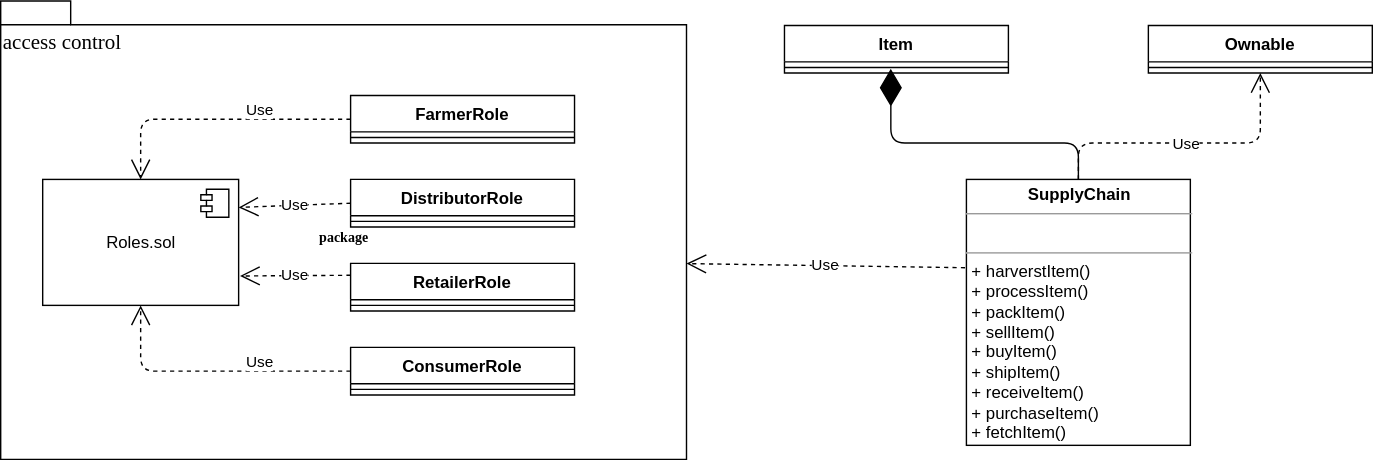
dcarpintero/dapp-supply-chain keeps this draw.io diagram as uml/DataModelDiagram.svg. Above is the earlier version. Source tidied: cells renumbered, new cells last; positions are measured from the earlier drawing's top-left corner, leaving out a move shared by most shapes.
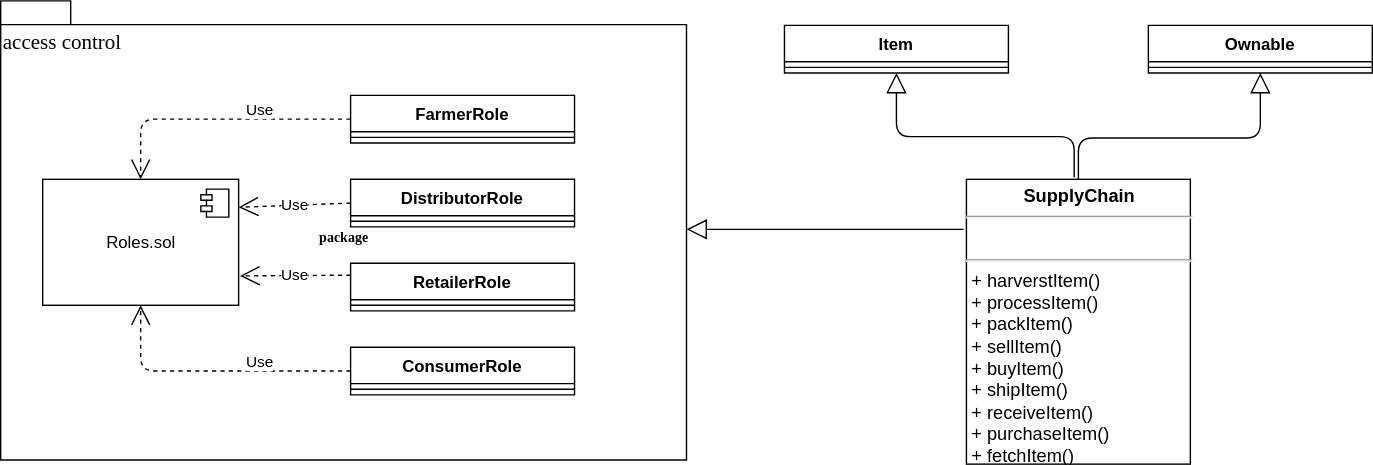
Above is the later version.

Change to the diagram source:
```diff
@@ -3,7 +3,7 @@
     <mxCell id="0" />
     <mxCell id="1" parent="0" />
     <mxCell id="2" value="package" style="shape=folder;fontStyle=1;spacingTop=10;tabWidth=50;tabHeight=17;tabPosition=left;html=1;rounded=0;shadow=0;comic=0;labelBackgroundColor=none;strokeWidth=1;fontFamily=Verdana;fontSize=10;align=center;" parent="1" vertex="1">
-      <mxGeometry width="490" height="327.5" as="geometry" />
+      <mxGeometry width="490" height="328" as="geometry" />
     </mxCell>
     <mxCell id="3" value="&lt;font style=&quot;font-size: 15px&quot;&gt;access control&lt;br&gt;&lt;br&gt;&lt;/font&gt;" style="text;html=1;align=left;verticalAlign=top;spacingTop=-4;fontSize=10;fontFamily=Verdana;" parent="1" vertex="1">
       <mxGeometry y="17.5" width="130" height="20" as="geometry" />
@@ -41,29 +41,9 @@
         </Array>
       </mxGeometry>
     </mxCell>
-    <mxCell id="10" value="&lt;p style=&quot;margin: 0px ; margin-top: 4px ; text-align: center&quot;&gt;&lt;b&gt;SupplyChain&lt;/b&gt;&lt;/p&gt;&lt;hr size=&quot;1&quot;&gt;&lt;p style=&quot;margin: 0px ; margin-left: 4px&quot;&gt;&lt;br&gt;&lt;/p&gt;&lt;hr size=&quot;1&quot;&gt;&lt;p style=&quot;margin: 0px ; margin-left: 4px&quot;&gt;+ harverstItem()&lt;/p&gt;&lt;p style=&quot;margin: 0px ; margin-left: 4px&quot;&gt;+ processItem()&lt;/p&gt;&lt;p style=&quot;margin: 0px ; margin-left: 4px&quot;&gt;+ packItem()&lt;/p&gt;&lt;p style=&quot;margin: 0px ; margin-left: 4px&quot;&gt;+ sellItem()&lt;/p&gt;&lt;p style=&quot;margin: 0px ; margin-left: 4px&quot;&gt;+ buyItem()&lt;/p&gt;&lt;p style=&quot;margin: 0px ; margin-left: 4px&quot;&gt;+ shipItem()&lt;/p&gt;&lt;p style=&quot;margin: 0px ; margin-left: 4px&quot;&gt;+ receiveItem()&lt;/p&gt;&lt;p style=&quot;margin: 0px ; margin-left: 4px&quot;&gt;+ purchaseItem()&lt;/p&gt;&lt;p style=&quot;margin: 0px ; margin-left: 4px&quot;&gt;+ fetchItem()&lt;/p&gt;" style="verticalAlign=top;align=left;overflow=fill;fontSize=12;fontFamily=Helvetica;html=1;" parent="1" vertex="1">
-      <mxGeometry x="690" y="127.5" width="160" height="190" as="geometry" />
+    <mxCell id="10" value="&lt;p style=&quot;margin: 4px 0px 0px; text-align: center; font-size: 13px;&quot;&gt;&lt;b style=&quot;font-size: 13px;&quot;&gt;SupplyChain&lt;/b&gt;&lt;/p&gt;&lt;hr style=&quot;font-size: 13px;&quot;&gt;&lt;p style=&quot;margin: 0px 0px 0px 4px; font-size: 13px;&quot;&gt;&lt;br style=&quot;font-size: 13px;&quot;&gt;&lt;/p&gt;&lt;hr style=&quot;font-size: 13px;&quot;&gt;&lt;p style=&quot;margin: 0px 0px 0px 4px; font-size: 13px;&quot;&gt;+ harverstItem()&lt;/p&gt;&lt;p style=&quot;margin: 0px 0px 0px 4px; font-size: 13px;&quot;&gt;+ processItem()&lt;/p&gt;&lt;p style=&quot;margin: 0px 0px 0px 4px; font-size: 13px;&quot;&gt;+ packItem()&lt;/p&gt;&lt;p style=&quot;margin: 0px 0px 0px 4px; font-size: 13px;&quot;&gt;+ sellItem()&lt;/p&gt;&lt;p style=&quot;margin: 0px 0px 0px 4px; font-size: 13px;&quot;&gt;+ buyItem()&lt;/p&gt;&lt;p style=&quot;margin: 0px 0px 0px 4px; font-size: 13px;&quot;&gt;+ shipItem()&lt;/p&gt;&lt;p style=&quot;margin: 0px 0px 0px 4px; font-size: 13px;&quot;&gt;+ receiveItem()&lt;/p&gt;&lt;p style=&quot;margin: 0px 0px 0px 4px; font-size: 13px;&quot;&gt;+ purchaseItem()&lt;/p&gt;&lt;p style=&quot;margin: 0px 0px 0px 4px; font-size: 13px;&quot;&gt;+ fetchItem()&lt;/p&gt;" style="verticalAlign=top;align=left;overflow=fill;fontSize=13;fontFamily=Helvetica;html=1;" parent="1" vertex="1">
+      <mxGeometry x="690" y="127.5" width="160" height="203.5" as="geometry" />
     </mxCell>
-    <mxCell id="11" value="Use" style="endArrow=open;endSize=12;dashed=1;html=1;exitX=-0.006;exitY=0.332;exitDx=0;exitDy=0;entryX=1;entryY=0.573;entryDx=0;entryDy=0;entryPerimeter=0;exitPerimeter=0;" parent="1" edge="1" source="10" target="2">
-      <mxGeometry relative="1" as="geometry" />
-    </mxCell>
-    <mxCell id="12" style="endArrow=diamondThin;endFill=1;endSize=24;html=1;exitX=0.5;exitY=0;exitDx=0;exitDy=0;entryX=0.475;entryY=0.625;entryDx=0;entryDy=0;entryPerimeter=0;" parent="1" edge="1" source="10" target="23">
-      <mxGeometry relative="1" as="geometry">
-        <Array as="points">
-          <mxPoint x="770" y="101.5" />
-          <mxPoint x="636" y="101.5" />
-          <mxPoint x="636" y="81.5" />
-        </Array>
-      </mxGeometry>
-    </mxCell>
-    <mxCell id="13" value="Use" style="endArrow=open;endSize=12;dashed=1;html=1;entryX=0.5;entryY=1;entryDx=0;entryDy=0;exitX=0.5;exitY=0;exitDx=0;exitDy=0;" parent="1" edge="1" source="10" target="24">
-      <mxGeometry relative="1" as="geometry">
-        <Array as="points">
-          <mxPoint x="770" y="101.5" />
-          <mxPoint x="900" y="101.5" />
-        </Array>
-      </mxGeometry>
-    </mxCell>
     <mxCell id="14" value="FarmerRole" style="swimlane;fontStyle=1;align=center;verticalAlign=top;horizontal=1;startSize=26;" parent="1" vertex="1">
       <mxGeometry x="250" y="67.5" width="160" height="34" as="geometry" />
     </mxCell>
@@ -100,5 +80,33 @@
     <mxCell id="25" style="line;strokeWidth=1;fillColor=none;align=left;verticalAlign=middle;spacingTop=-1;spacingLeft=3;spacingRight=3;labelPosition=right;" parent="24" vertex="1">
       <mxGeometry y="26" width="160" height="8" as="geometry" />
     </mxCell>
+    <mxCell id="26" style="endArrow=block;endFill=0;endSize=12;html=1;entryX=0.5;entryY=1;entryDx=0;entryDy=0;" parent="1" edge="1" target="24">
+      <mxGeometry relative="1" as="geometry">
+        <mxPoint x="770" y="128" as="sourcePoint" />
+        <Array as="points">
+          <mxPoint x="770" y="98" />
+          <mxPoint x="900" y="98" />
+        </Array>
+      </mxGeometry>
+    </mxCell>
+    <mxCell id="27" style="endArrow=block;endFill=0;endSize=12;html=1;entryX=0.5;entryY=1;entryDx=0;entryDy=0;" parent="1" edge="1" target="22">
+      <mxGeometry relative="1" as="geometry">
+        <mxPoint x="767" y="126" as="sourcePoint" />
+        <Array as="points">
+          <mxPoint x="767" y="97" />
+          <mxPoint x="640" y="97" />
+        </Array>
+      </mxGeometry>
+    </mxCell>
+    <mxCell id="28" style="endArrow=block;endFill=0;endSize=12;html=1;entryX=0.5;entryY=1;entryDx=0;entryDy=0;" parent="1" edge="1">
+      <mxGeometry relative="1" as="geometry">
+        <mxPoint x="688" y="163.2" as="sourcePoint" />
+        <mxPoint x="490" y="163.2" as="targetPoint" />
+        <Array as="points">
+          <mxPoint x="617" y="163.2" />
+          <mxPoint x="549" y="163.2" />
+        </Array>
+      </mxGeometry>
+    </mxCell>
   </root>
 </mxGraphModel>
```
